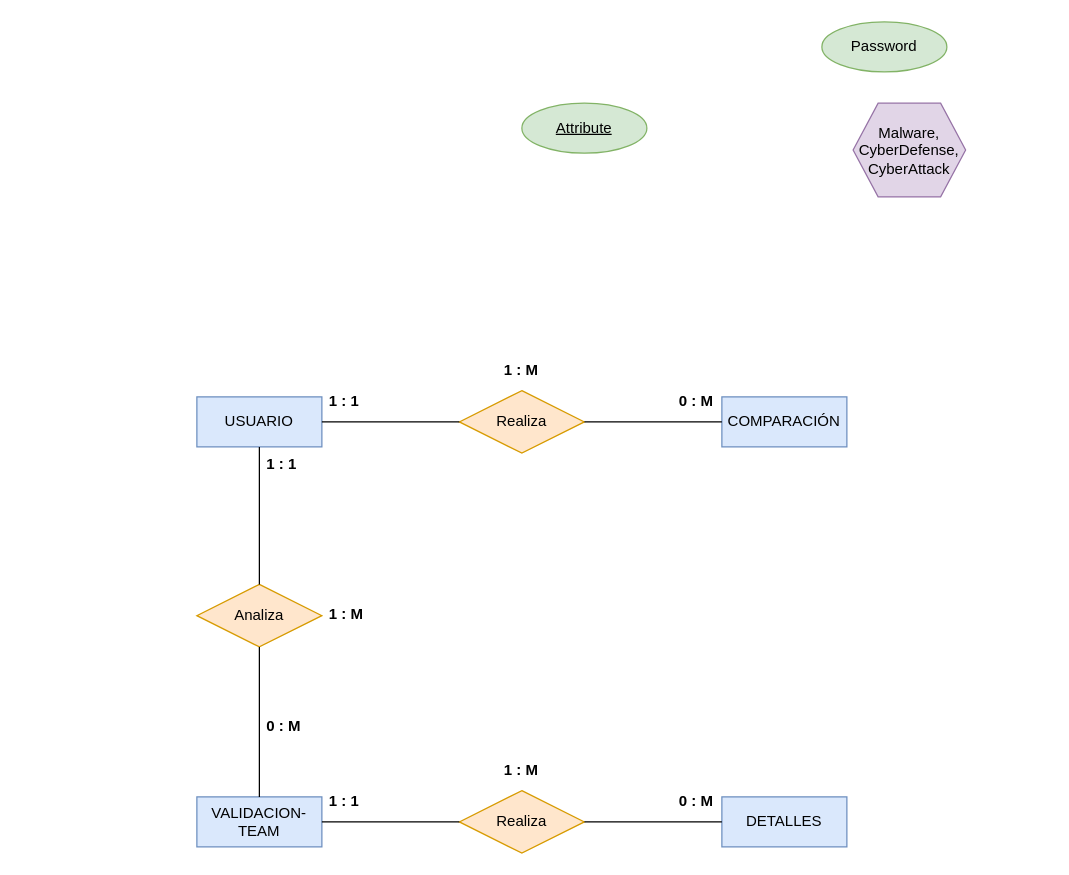
AngelDavidStudios/Diagramas_BdD_1 keeps this draw.io diagram as ERD_CoreSystem.drawio. Above is the earlier version. Source tidied: cells renumbered, new cells numbered last; positions are measured from the earlier drawing's top-left corner, leaving out a move shared by most shapes. Both pictures are drawn from the tidied source at 125%, with x=0, y=0 at pixel (196, 21).
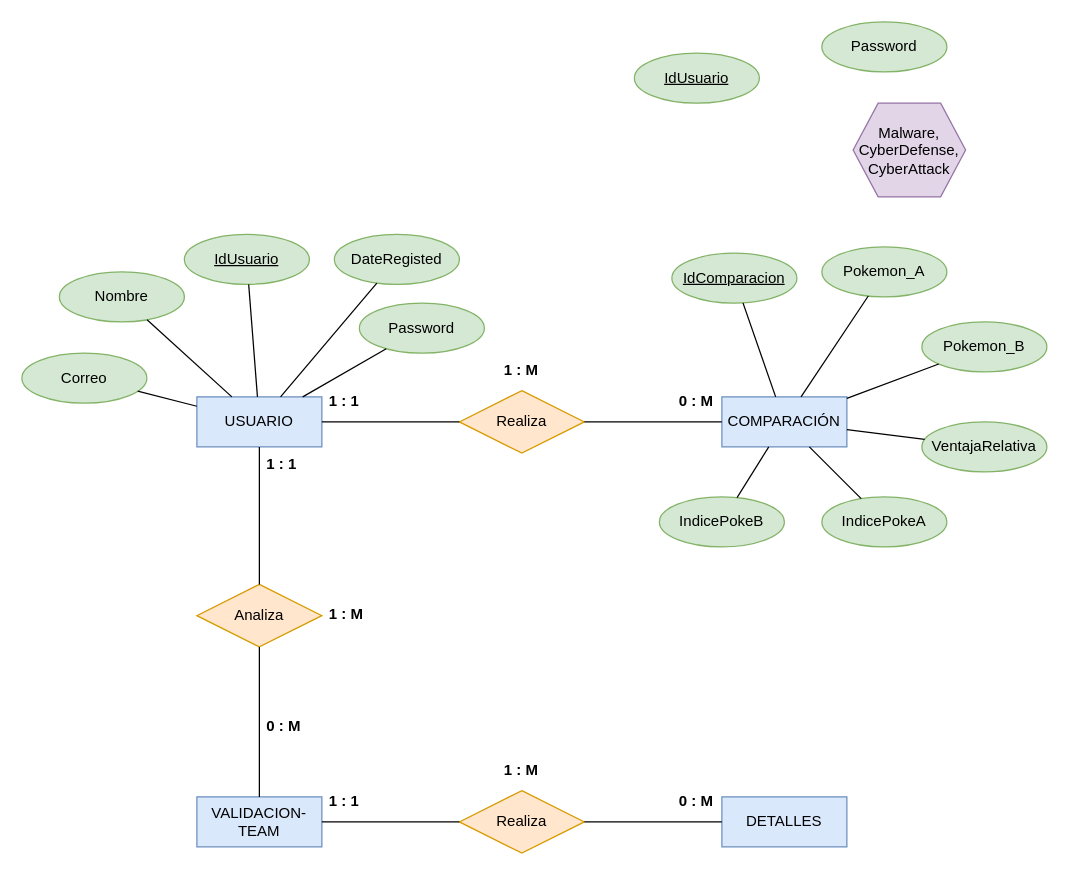
Above is the later version.

The change refers to these unchanged cells:
```xml
<mxCell id="2" value="USUARIO" style="whiteSpace=wrap;html=1;align=center;fillColor=#dae8fc;strokeColor=#6c8ebf;" parent="1" vertex="1">
  <mxGeometry y="300" width="100" height="40" as="geometry" />
</mxCell>
<mxCell id="4" value="COMPARACIÓN" style="whiteSpace=wrap;html=1;align=center;fillColor=#dae8fc;strokeColor=#6c8ebf;" parent="1" vertex="1">
  <mxGeometry x="420" y="300" width="100" height="40" as="geometry" />
</mxCell>
```

Change to the diagram source:
```diff
@@
-    <mxCell id="26" value="Attribute" style="ellipse;whiteSpace=wrap;html=1;align=center;fontStyle=4;fillColor=#d5e8d4;strokeColor=#82b366;" parent="1" vertex="1">
-      <mxGeometry x="260" y="65" width="100" height="40" as="geometry" />
+    <mxCell id="26" value="IdUsuario" style="ellipse;whiteSpace=wrap;html=1;align=center;fontStyle=4;fillColor=#d5e8d4;strokeColor=#82b366;" parent="1" vertex="1">
+      <mxGeometry x="-10" y="170" width="100" height="40" as="geometry" />
     </mxCell>
+    <mxCell id="27" value="Nombre" style="ellipse;whiteSpace=wrap;html=1;align=center;fillColor=#d5e8d4;strokeColor=#82b366;" parent="1" vertex="1">
+      <mxGeometry x="-110" y="200" width="100" height="40" as="geometry" />
+    </mxCell>
+    <mxCell id="28" value="IdUsuario" style="ellipse;whiteSpace=wrap;html=1;align=center;fontStyle=4;fillColor=#d5e8d4;strokeColor=#82b366;" parent="1" vertex="1">
+      <mxGeometry x="350" y="25" width="100" height="40" as="geometry" />
+    </mxCell>
+    <mxCell id="29" value="Correo" style="ellipse;whiteSpace=wrap;html=1;align=center;fillColor=#d5e8d4;strokeColor=#82b366;" parent="1" vertex="1">
+      <mxGeometry x="-140" y="265" width="100" height="40" as="geometry" />
+    </mxCell>
+    <mxCell id="30" value="Password" style="ellipse;whiteSpace=wrap;html=1;align=center;fillColor=#d5e8d4;strokeColor=#82b366;" parent="1" vertex="1">
+      <mxGeometry x="130" y="225" width="100" height="40" as="geometry" />
+    </mxCell>
+    <mxCell id="31" value="DateRegisted" style="ellipse;whiteSpace=wrap;html=1;align=center;fillColor=#d5e8d4;strokeColor=#82b366;" parent="1" vertex="1">
+      <mxGeometry x="110" y="170" width="100" height="40" as="geometry" />
+    </mxCell>
+    <mxCell id="32" style="endArrow=none;html=1;rounded=0;" parent="1" edge="1" source="29" target="2">
+      <mxGeometry relative="1" as="geometry" />
+    </mxCell>
+    <mxCell id="33" style="endArrow=none;html=1;rounded=0;" parent="1" edge="1" source="27" target="2">
+      <mxGeometry relative="1" as="geometry" />
+    </mxCell>
+    <mxCell id="34" style="endArrow=none;html=1;rounded=0;" parent="1" edge="1" source="26" target="2">
+      <mxGeometry relative="1" as="geometry" />
+    </mxCell>
+    <mxCell id="35" style="endArrow=none;html=1;rounded=0;" parent="1" edge="1" source="2" target="31">
+      <mxGeometry relative="1" as="geometry" />
+    </mxCell>
+    <mxCell id="36" style="endArrow=none;html=1;rounded=0;" parent="1" edge="1" source="2" target="30">
+      <mxGeometry relative="1" as="geometry" />
+    </mxCell>
+    <mxCell id="37" value="IdComparacion" style="ellipse;whiteSpace=wrap;html=1;align=center;fontStyle=4;fillColor=#d5e8d4;strokeColor=#82b366;" parent="1" vertex="1">
+      <mxGeometry x="380" y="185" width="100" height="40" as="geometry" />
+    </mxCell>
+    <mxCell id="38" value="Pokemon_A" style="ellipse;whiteSpace=wrap;html=1;align=center;fillColor=#d5e8d4;strokeColor=#82b366;" parent="1" vertex="1">
+      <mxGeometry x="500" y="180" width="100" height="40" as="geometry" />
+    </mxCell>
+    <mxCell id="39" value="Pokemon_B" style="ellipse;whiteSpace=wrap;html=1;align=center;fillColor=#d5e8d4;strokeColor=#82b366;" parent="1" vertex="1">
+      <mxGeometry x="580" y="240" width="100" height="40" as="geometry" />
+    </mxCell>
+    <mxCell id="40" style="endArrow=none;html=1;rounded=0;" parent="1" edge="1" source="37" target="4">
+      <mxGeometry relative="1" as="geometry" />
+    </mxCell>
+    <mxCell id="41" style="endArrow=none;html=1;rounded=0;" parent="1" edge="1" source="4" target="38">
+      <mxGeometry relative="1" as="geometry" />
+    </mxCell>
+    <mxCell id="42" value="VentajaRelativa" style="ellipse;whiteSpace=wrap;html=1;align=center;fillColor=#d5e8d4;strokeColor=#82b366;" parent="1" vertex="1">
+      <mxGeometry x="580" y="320" width="100" height="40" as="geometry" />
+    </mxCell>
+    <mxCell id="43" value="IndicePokeA" style="ellipse;whiteSpace=wrap;html=1;align=center;fillColor=#d5e8d4;strokeColor=#82b366;" parent="1" vertex="1">
+      <mxGeometry x="500" y="380" width="100" height="40" as="geometry" />
+    </mxCell>
+    <mxCell id="44" value="IndicePokeB" style="ellipse;whiteSpace=wrap;html=1;align=center;fillColor=#d5e8d4;strokeColor=#82b366;" parent="1" vertex="1">
+      <mxGeometry x="370" y="380" width="100" height="40" as="geometry" />
+    </mxCell>
+    <mxCell id="45" style="endArrow=none;html=1;rounded=0;" parent="1" edge="1" source="4" target="39">
+      <mxGeometry relative="1" as="geometry" />
+    </mxCell>
+    <mxCell id="46" style="endArrow=none;html=1;rounded=0;" parent="1" edge="1" source="4" target="44">
+      <mxGeometry relative="1" as="geometry" />
+    </mxCell>
+    <mxCell id="47" style="endArrow=none;html=1;rounded=0;" parent="1" edge="1" source="4" target="43">
+      <mxGeometry relative="1" as="geometry" />
+    </mxCell>
+    <mxCell id="48" style="endArrow=none;html=1;rounded=0;" parent="1" edge="1" source="4" target="42">
+      <mxGeometry relative="1" as="geometry" />
+    </mxCell>
```
